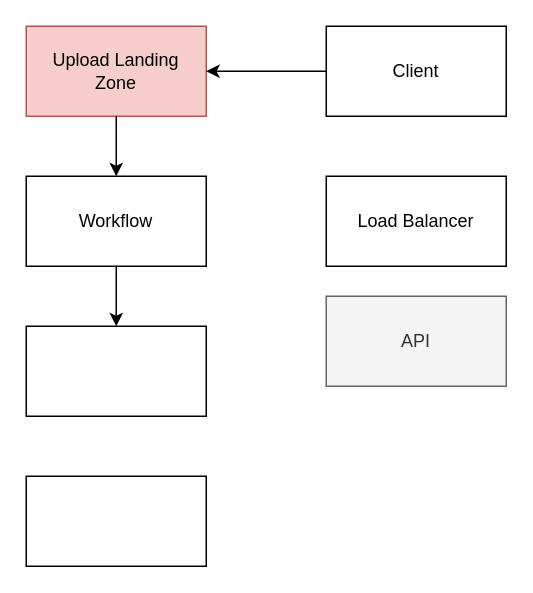
Above: Untitled Diagram.drawio in stevencox/midori (draw.io), before the change. Source tidied: cells renumbered, new cells numbered last; positions are measured from the earlier drawing's top-left corner, leaving out a move shared by most shapes. Both pictures are drawn from the tidied source at 150%, with x=0, y=0 at pixel (26, 26).
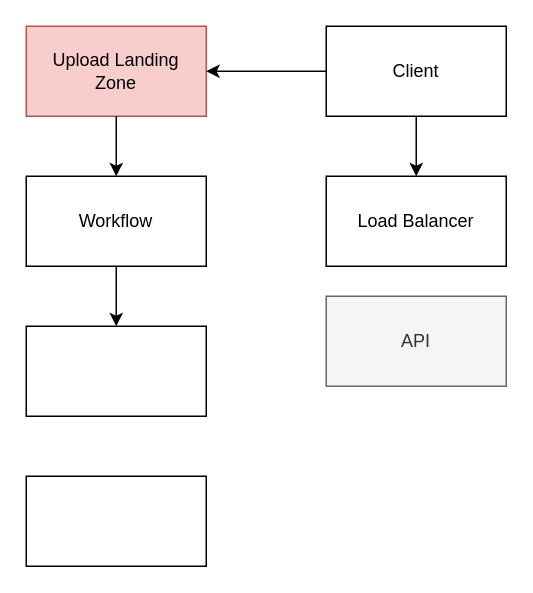
Above is the later version.

The edit, as a diff of the source:
```diff
@@
 <mxGraphModel>
   <root>
     <mxCell id="0" />
     <mxCell id="1" parent="0" />
     <mxCell id="2" value="Workflow" style="rounded=0;whiteSpace=wrap;html=1;" parent="1" vertex="1">
       <mxGeometry y="100" width="120" height="60" as="geometry" />
     </mxCell>
     <mxCell id="3" style="rounded=0;whiteSpace=wrap;html=1;" parent="1" vertex="1">
       <mxGeometry y="200" width="120" height="60" as="geometry" />
     </mxCell>
     <mxCell id="4" style="rounded=0;whiteSpace=wrap;html=1;" parent="1" vertex="1">
       <mxGeometry y="300" width="120" height="60" as="geometry" />
     </mxCell>
     <mxCell id="5" style="endArrow=classic;html=1;rounded=0;exitX=0.5;exitY=1;exitDx=0;exitDy=0;entryX=0.5;entryY=0;entryDx=0;entryDy=0;" parent="1" edge="1" source="2" target="3">
       <mxGeometry relative="1" as="geometry" />
     </mxCell>
     <mxCell id="6" value="API" style="rounded=0;whiteSpace=wrap;html=1;fillColor=#f5f5f5;fontColor=#333333;strokeColor=#666666;" parent="1" vertex="1">
       <mxGeometry x="200" y="180" width="120" height="60" as="geometry" />
     </mxCell>
     <mxCell id="7" value="Upload Landing&lt;br&gt;Zone" style="rounded=0;whiteSpace=wrap;html=1;fillColor=#f8cecc;strokeColor=#b85450;" parent="1" vertex="1">
       <mxGeometry width="120" height="60" as="geometry" />
     </mxCell>
     <mxCell id="8" style="endArrow=classic;html=1;rounded=0;entryX=0.5;entryY=0;entryDx=0;entryDy=0;" parent="1" edge="1" source="7" target="2">
       <mxGeometry relative="1" as="geometry" />
     </mxCell>
     <mxCell id="9" style="endArrow=classic;html=1;rounded=0;entryX=1;entryY=0.5;entryDx=0;entryDy=0;exitX=0;exitY=0.5;exitDx=0;exitDy=0;" parent="1" edge="1" source="11" target="7">
       <mxGeometry relative="1" as="geometry" />
     </mxCell>
     <mxCell id="10" value="Load Balancer" style="rounded=0;whiteSpace=wrap;html=1;" parent="1" vertex="1">
       <mxGeometry x="200" y="100" width="120" height="60" as="geometry" />
     </mxCell>
     <mxCell id="11" value="Client" style="rounded=0;whiteSpace=wrap;html=1;" parent="1" vertex="1">
       <mxGeometry x="200" width="120" height="60" as="geometry" />
     </mxCell>
+    <mxCell id="12" style="endArrow=classic;html=1;rounded=0;entryX=0.5;entryY=0;entryDx=0;entryDy=0;exitX=0.5;exitY=1;exitDx=0;exitDy=0;" parent="1" edge="1" source="11" target="10">
+      <mxGeometry relative="1" as="geometry" />
+    </mxCell>
   </root>
 </mxGraphModel>
```
